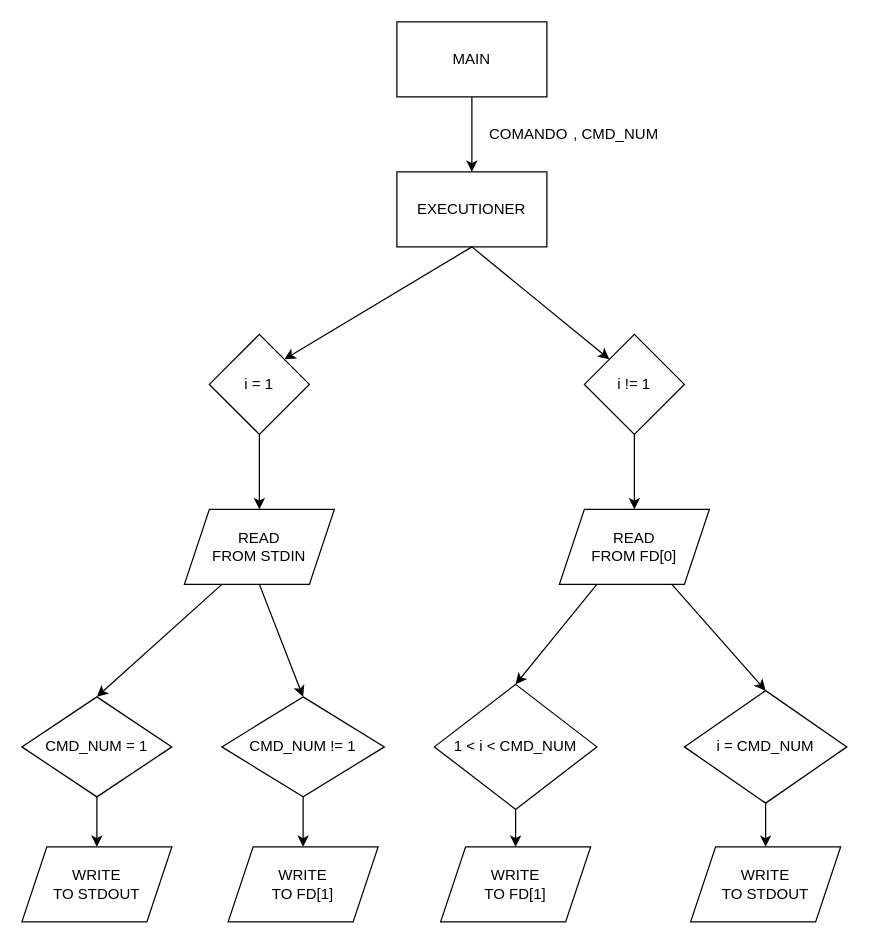
Earlier version of the draw.io diagram flowchart_process_connections.drawio (im7ps/42_Minishell). Source tidied: cells renumbered, new cells numbered last; positions are measured from the earlier drawing's top-left corner, leaving out a move shared by most shapes. Both pictures are drawn from the tidied source at 125%, with x=0, y=0 at pixel (21, 21).
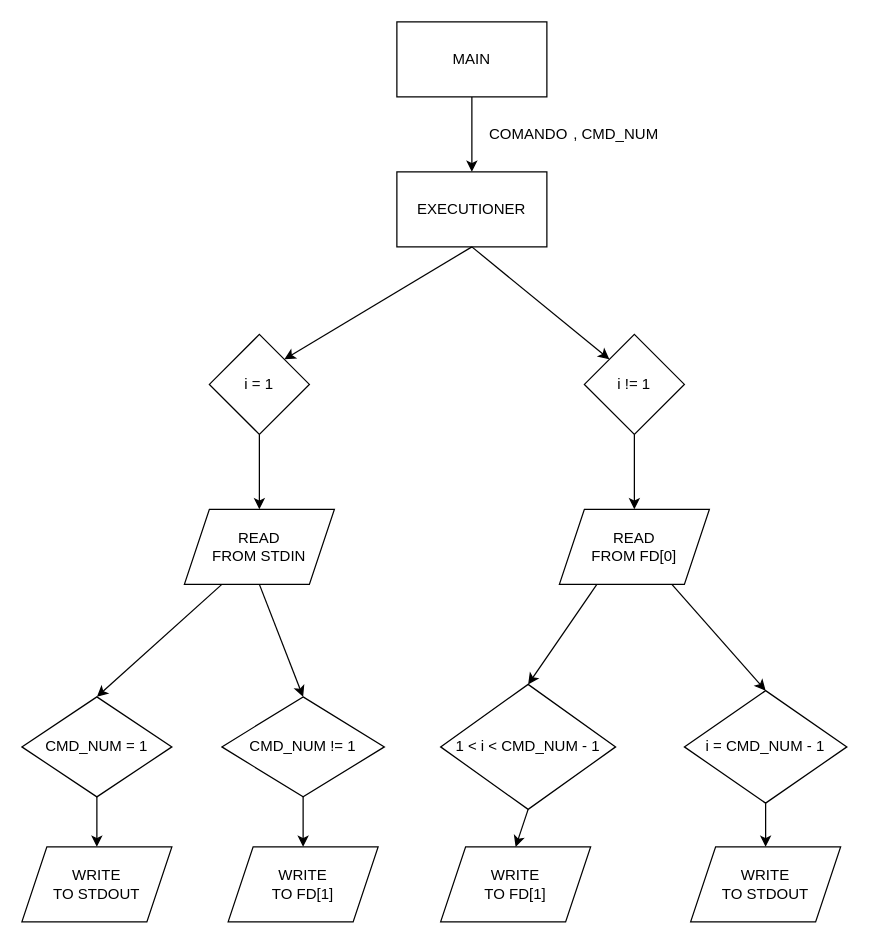
The same diagram, later.

Change to the diagram source:
```diff
@@
-    <mxCell id="8" value="1 &amp;lt; i &amp;lt; CMD_NUM" style="rhombus;whiteSpace=wrap;html=1;" parent="1" vertex="1">
-      <mxGeometry x="330" y="530" width="130" height="100" as="geometry" />
+    <mxCell id="8" value="1 &amp;lt; i &amp;lt; CMD_NUM - 1" style="rhombus;whiteSpace=wrap;html=1;" parent="1" vertex="1">
+      <mxGeometry x="335" y="530" width="140" height="100" as="geometry" />
     </mxCell>
-    <mxCell id="9" value="i = CMD_NUM" style="rhombus;whiteSpace=wrap;html=1;" parent="1" vertex="1">
+    <mxCell id="9" value="i = CMD_NUM - 1" style="rhombus;whiteSpace=wrap;html=1;" parent="1" vertex="1">
       <mxGeometry x="530" y="535" width="130" height="90" as="geometry" />
     </mxCell>
```
